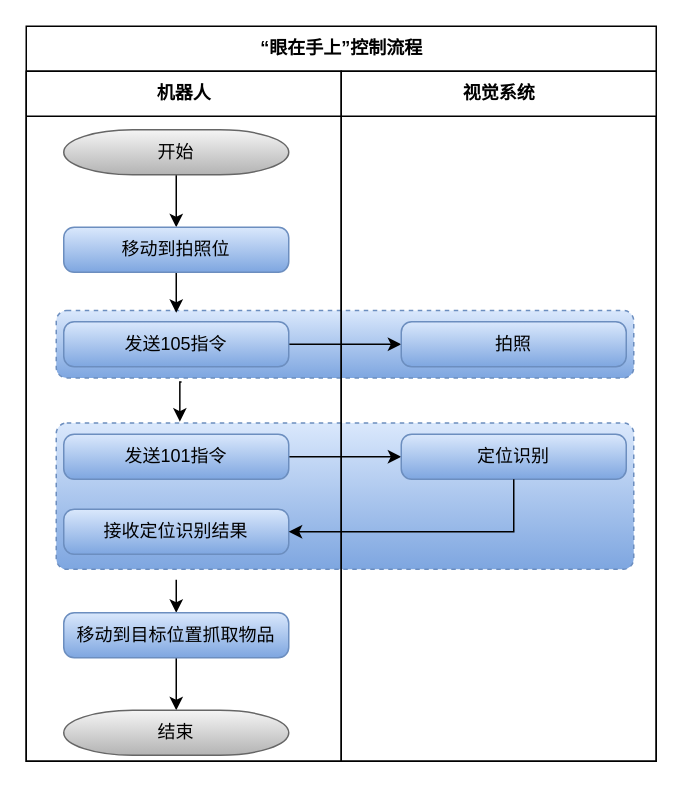
Claire1228/first-tutorial keeps this draw.io diagram as docs/source/image/RVS-SE抓取流程-眼在手外.drawio. Above is the earlier version. Source tidied: cells renumbered, new cells numbered last; positions are measured from the earlier drawing's top-left corner, leaving out a move shared by most shapes. Both pictures are drawn from the tidied source at 150%, with x=0, y=0 at pixel (26, 26).
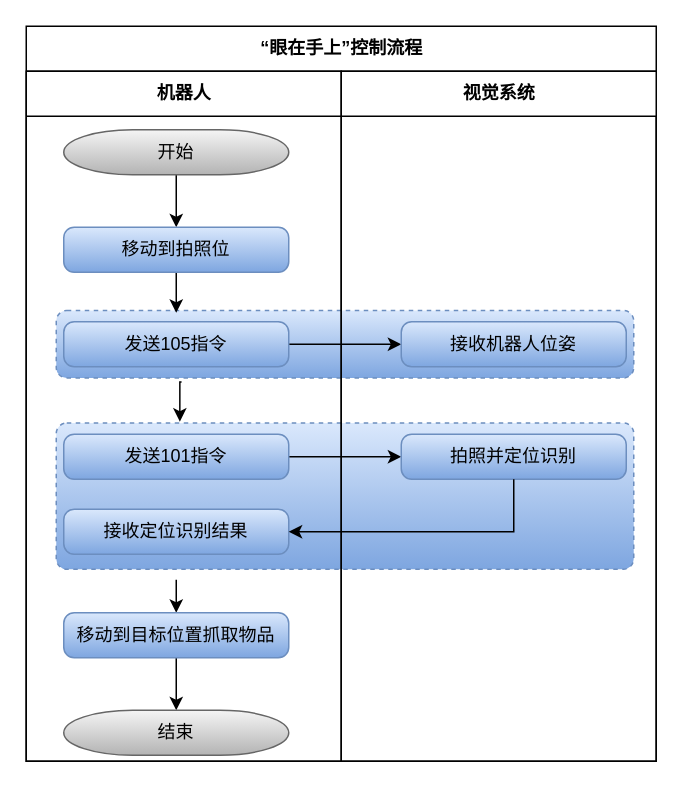
Above is the later version.

Commit message:
更新RVS-SE抓取流程-眼在手外.drawio

What changed in the source:
```diff
@@
-    <mxCell id="21" value="拍照" style="rounded=1;whiteSpace=wrap;html=1;absoluteArcSize=1;arcSize=14;strokeWidth=1;imageHeight=30;fillColor=#dae8fc;gradientColor=#7ea6e0;strokeColor=#6c8ebf;" parent="1" vertex="1">
+    <mxCell id="21" value="接收机器人位姿" style="rounded=1;whiteSpace=wrap;html=1;absoluteArcSize=1;arcSize=14;strokeWidth=1;imageHeight=30;fillColor=#dae8fc;gradientColor=#7ea6e0;strokeColor=#6c8ebf;" parent="1" vertex="1">
       <mxGeometry x="250" y="197" width="150" height="30" as="geometry" />
     </mxCell>
-    <mxCell id="22" value="定位识别" style="rounded=1;whiteSpace=wrap;html=1;absoluteArcSize=1;arcSize=14;strokeWidth=1;imageHeight=30;fillColor=#dae8fc;gradientColor=#7ea6e0;strokeColor=#6c8ebf;" parent="1" vertex="1">
+    <mxCell id="22" value="拍照并定位识别" style="rounded=1;whiteSpace=wrap;html=1;absoluteArcSize=1;arcSize=14;strokeWidth=1;imageHeight=30;fillColor=#dae8fc;gradientColor=#7ea6e0;strokeColor=#6c8ebf;" parent="1" vertex="1">
       <mxGeometry x="250" y="272" width="150" height="30" as="geometry" />
     </mxCell>
```
